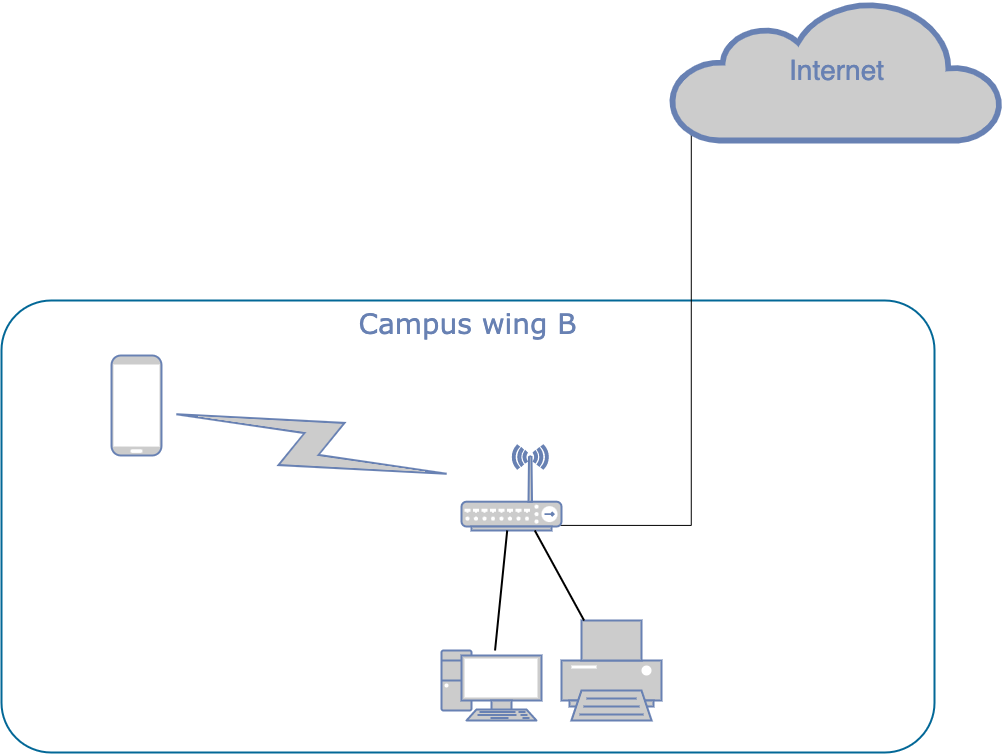
The draw.io diagram sysadm-homeworks/3.8. Компьютерные сети, лекция 3/home-network.png in giya-oganezov/devops-netology, before a commit. Source tidied: cells renumbered, new cells last; positions are measured from the earlier drawing's top-left corner, leaving out a move shared by most shapes. The source it was exported from:
```xml
<mxGraphModel>
  <root>
    <mxCell id="0" />
    <mxCell id="1" parent="0" />
    <mxCell id="2" value="Campus wing B" style="rounded=1;whiteSpace=wrap;html=1;shadow=0;comic=0;strokeColor=#036897;strokeWidth=2;fillColor=none;fontFamily=Verdana;fontSize=28;fontColor=#6881B3;align=center;arcSize=11;verticalAlign=top;" parent="1" vertex="1">
      <mxGeometry y="300" width="933" height="452" as="geometry" />
    </mxCell>
    <mxCell id="3" style="fontColor=#0066CC;verticalAlign=top;verticalLabelPosition=bottom;labelPosition=center;align=center;html=1;fillColor=#CCCCCC;strokeColor=#6881B3;gradientColor=none;gradientDirection=north;strokeWidth=2;shape=mxgraph.networks.pc;rounded=0;shadow=0;comic=0;" parent="1" vertex="1">
      <mxGeometry x="440" y="650" width="100" height="70" as="geometry" />
    </mxCell>
    <mxCell id="4" style="fontColor=#0066CC;verticalAlign=top;verticalLabelPosition=bottom;labelPosition=center;align=center;html=1;fillColor=#CCCCCC;strokeColor=#6881B3;gradientColor=none;gradientDirection=north;strokeWidth=2;shape=mxgraph.networks.printer;rounded=0;shadow=0;comic=0;" parent="1" vertex="1">
      <mxGeometry x="560" y="620" width="100" height="100" as="geometry" />
    </mxCell>
    <mxCell id="5" style="edgeStyle=orthogonalEdgeStyle;rounded=0;jettySize=auto;html=1;exitX=0.98;exitY=0.94;exitDx=0;exitDy=0;exitPerimeter=0;entryX=0.06;entryY=0.5;entryDx=0;entryDy=0;entryPerimeter=0;" parent="1" edge="1" source="6" target="11">
      <mxGeometry relative="1" as="geometry" />
    </mxCell>
    <mxCell id="6" style="fontColor=#0066CC;verticalAlign=top;verticalLabelPosition=bottom;labelPosition=center;align=center;html=1;fillColor=#CCCCCC;strokeColor=#6881B3;gradientColor=none;gradientDirection=north;strokeWidth=2;shape=mxgraph.networks.wireless_hub;rounded=0;shadow=0;comic=0;" parent="1" vertex="1">
      <mxGeometry x="460" y="445" width="100" height="85" as="geometry" />
    </mxCell>
    <mxCell id="7" style="edgeStyle=none;html=1;labelBackgroundColor=none;endArrow=none;endFill=0;strokeWidth=2;fontFamily=Verdana;fontSize=15;fontColor=#036897;" parent="1" edge="1" source="3" target="6">
      <mxGeometry relative="1" as="geometry" />
    </mxCell>
    <mxCell id="8" style="edgeStyle=none;html=1;labelBackgroundColor=none;endArrow=none;endFill=0;strokeWidth=2;fontFamily=Verdana;fontSize=15;fontColor=#036897;" parent="1" edge="1" source="4" target="6">
      <mxGeometry relative="1" as="geometry" />
    </mxCell>
    <mxCell id="9" style="html=1;fillColor=#CCCCCC;strokeColor=#6881B3;gradientColor=none;gradientDirection=north;strokeWidth=2;shape=mxgraph.networks.comm_link_edge;html=1;labelBackgroundColor=none;endArrow=none;endFill=0;fontFamily=Verdana;fontSize=20;" parent="1" edge="1" source="6" target="10">
      <mxGeometry relative="1" as="geometry" />
    </mxCell>
    <mxCell id="10" style="fontColor=#0066CC;verticalAlign=top;verticalLabelPosition=bottom;labelPosition=center;align=center;html=1;fillColor=#CCCCCC;strokeColor=#6881B3;gradientColor=none;gradientDirection=north;strokeWidth=2;shape=mxgraph.networks.mobile;rounded=0;shadow=0;comic=0;" parent="1" vertex="1">
      <mxGeometry x="110" y="355" width="50" height="100" as="geometry" />
    </mxCell>
    <mxCell id="11" value="Internet" style="html=1;fillColor=#CCCCCC;strokeColor=#6881B3;gradientColor=none;gradientDirection=north;strokeWidth=2;shape=mxgraph.networks.cloud;fontColor=#6881B3;rounded=0;shadow=0;comic=0;align=center;fontSize=28;" parent="1" vertex="1">
      <mxGeometry x="670" width="330" height="140" as="geometry" />
    </mxCell>
  </root>
</mxGraphModel>
```
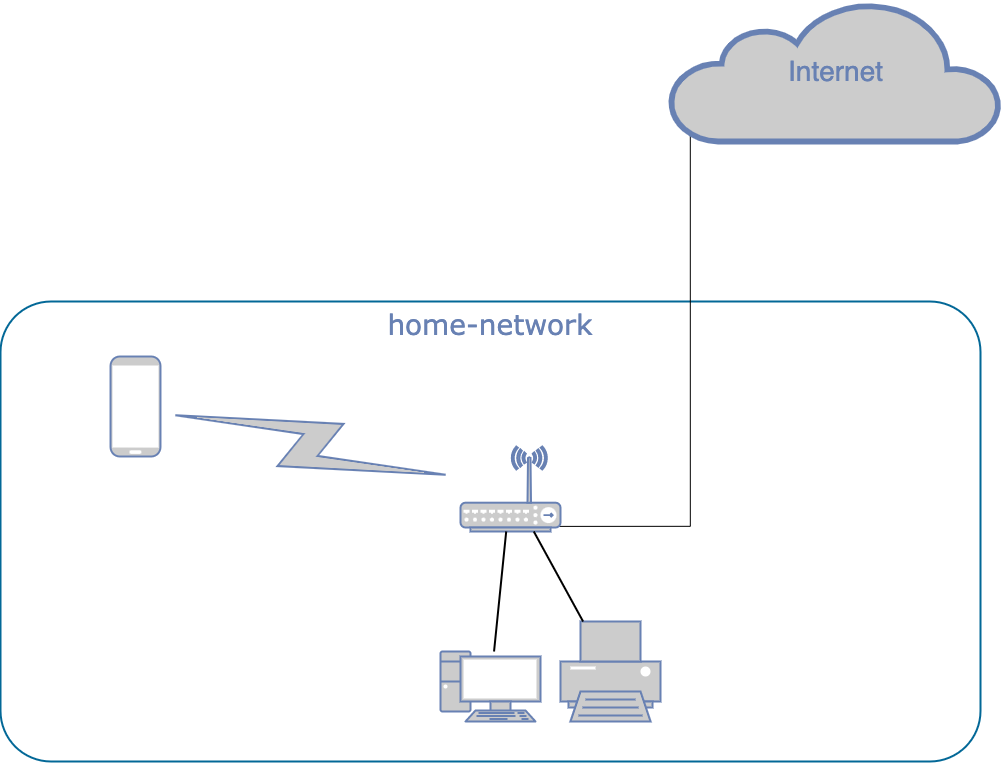
The same file after the commit.

Change to the diagram source:
```diff
@@ -2,8 +2,8 @@
   <root>
     <mxCell id="0" />
     <mxCell id="1" parent="0" />
-    <mxCell id="2" value="Campus wing B" style="rounded=1;whiteSpace=wrap;html=1;shadow=0;comic=0;strokeColor=#036897;strokeWidth=2;fillColor=none;fontFamily=Verdana;fontSize=28;fontColor=#6881B3;align=center;arcSize=11;verticalAlign=top;" parent="1" vertex="1">
-      <mxGeometry y="300" width="933" height="452" as="geometry" />
+    <mxCell id="2" value="home-network" style="rounded=1;whiteSpace=wrap;html=1;shadow=0;comic=0;strokeColor=#036897;strokeWidth=2;fillColor=none;fontFamily=Verdana;fontSize=28;fontColor=#6881B3;align=center;arcSize=11;verticalAlign=top;" parent="1" vertex="1">
+      <mxGeometry y="300" width="980" height="460" as="geometry" />
     </mxCell>
     <mxCell id="3" style="fontColor=#0066CC;verticalAlign=top;verticalLabelPosition=bottom;labelPosition=center;align=center;html=1;fillColor=#CCCCCC;strokeColor=#6881B3;gradientColor=none;gradientDirection=north;strokeWidth=2;shape=mxgraph.networks.pc;rounded=0;shadow=0;comic=0;" parent="1" vertex="1">
       <mxGeometry x="440" y="650" width="100" height="70" as="geometry" />
```
